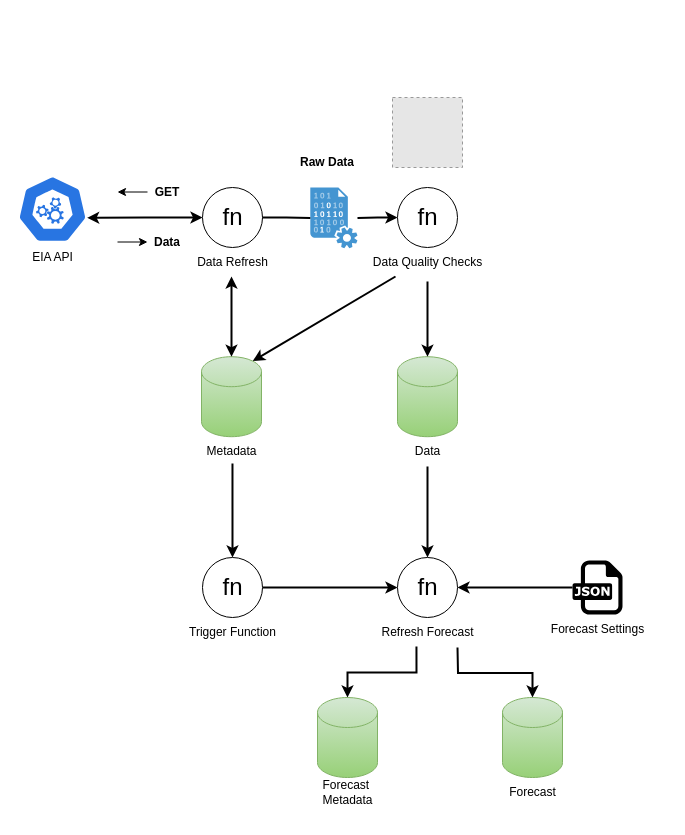
RamiKrispin/eia-airflow-dev keeps this draw.io diagram as diagrams/airflow pipeline.drawio. Above is the earlier version. Source tidied: cells renumbered, new cells numbered last; positions are measured from the earlier drawing's top-left corner, leaving out a move shared by most shapes. Both pictures are drawn from the tidied source at 100%, with x=0, y=0 at pixel (17, 97). Pictures stored in the file or linked from it are replaced by grey dashed boxes.
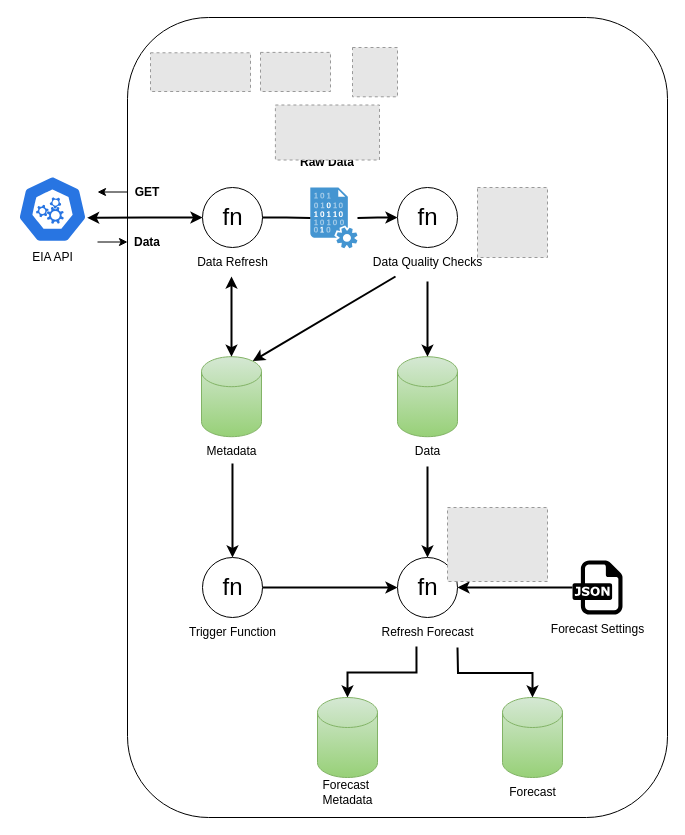
Above is the later version.

What changed in the source:
```diff
@@
-    <mxCell id="2" value="&lt;b&gt;GET&lt;/b&gt;" style="text;html=1;align=center;verticalAlign=middle;whiteSpace=wrap;rounded=0;" parent="1" vertex="1">
-      <mxGeometry x="120" y="80" width="60" height="30" as="geometry" />
-    </mxCell>
+    <mxCell id="51" style="rounded=1;whiteSpace=wrap;html=1;" parent="1" vertex="1">
+      <mxGeometry x="110" y="-80" width="540" height="800" as="geometry" />
+    </mxCell>
@@
-    <mxCell id="17" style="endArrow=classic;html=1;rounded=0;" parent="1" edge="1">
-      <mxGeometry relative="1" as="geometry">
-        <mxPoint x="130" y="94.5" as="sourcePoint" />
-        <mxPoint x="100" y="94.5" as="targetPoint" />
-      </mxGeometry>
-    </mxCell>
@@
-    <mxCell id="26" value="&lt;b&gt;Data&lt;/b&gt;" style="text;html=1;align=center;verticalAlign=middle;whiteSpace=wrap;rounded=0;" parent="1" vertex="1">
-      <mxGeometry x="120" y="130" width="60" height="30" as="geometry" />
-    </mxCell>
-    <mxCell id="27" style="endArrow=none;html=1;rounded=0;startArrow=classic;startFill=1;" parent="1" edge="1">
-      <mxGeometry relative="1" as="geometry">
-        <mxPoint x="130" y="144.5" as="sourcePoint" />
-        <mxPoint x="100" y="144.5" as="targetPoint" />
-      </mxGeometry>
-    </mxCell>
     <mxCell id="28" style="fillColor=#E6E6E6;strokeColor=#999999;dashed=1;verticalLabelPosition=bottom;labelBackgroundColor=default;verticalAlign=top;" parent="1" vertex="1">
-      <mxGeometry x="375" width="70" height="70" as="geometry" />
+      <mxGeometry x="460" y="90" width="70" height="70" as="geometry" />
     </mxCell>
@@
+    <mxCell id="52" style="fillColor=#E6E6E6;strokeColor=#999999;dashed=1;verticalLabelPosition=bottom;labelBackgroundColor=default;verticalAlign=top;" parent="1" vertex="1">
+      <mxGeometry x="133" y="-44.7" width="100" height="38.7" as="geometry" />
+    </mxCell>
+    <mxCell id="53" style="fillColor=#E6E6E6;strokeColor=#999999;dashed=1;verticalLabelPosition=bottom;labelBackgroundColor=default;verticalAlign=top;" parent="1" vertex="1">
+      <mxGeometry x="335" y="-50" width="45" height="49.3" as="geometry" />
+    </mxCell>
+    <mxCell id="54" style="fillColor=#E6E6E6;strokeColor=#999999;dashed=1;verticalLabelPosition=bottom;labelBackgroundColor=default;verticalAlign=top;" parent="1" vertex="1">
+      <mxGeometry x="243" y="-45.1" width="70" height="39.1" as="geometry" />
+    </mxCell>
+    <mxCell id="55" style="fillColor=#E6E6E6;strokeColor=#999999;dashed=1;verticalLabelPosition=bottom;labelBackgroundColor=default;verticalAlign=top;" parent="1" vertex="1">
+      <mxGeometry x="257.9" y="7.5" width="104.1" height="55" as="geometry" />
+    </mxCell>
+    <mxCell id="56" style="fillColor=#E6E6E6;strokeColor=#999999;dashed=1;verticalLabelPosition=bottom;labelBackgroundColor=default;verticalAlign=top;" parent="1" vertex="1">
+      <mxGeometry x="430" y="410" width="100" height="74" as="geometry" />
+    </mxCell>
+    <mxCell id="57" style="group;" parent="1" vertex="1">
+      <mxGeometry x="80" y="80" width="80" height="30" as="geometry" />
+    </mxCell>
+    <mxCell id="2" value="&lt;b&gt;GET&lt;/b&gt;" style="text;html=1;align=center;verticalAlign=middle;whiteSpace=wrap;rounded=0;" parent="57" vertex="1">
+      <mxGeometry x="20" width="60" height="30" as="geometry" />
+    </mxCell>
+    <mxCell id="17" style="endArrow=classic;html=1;rounded=0;" parent="57" edge="1">
+      <mxGeometry relative="1" as="geometry">
+        <mxPoint x="30" y="14.5" as="sourcePoint" />
+        <mxPoint y="14.5" as="targetPoint" />
+      </mxGeometry>
+    </mxCell>
+    <mxCell id="58" style="group;" parent="1" vertex="1">
+      <mxGeometry x="80" y="130" width="80" height="30" as="geometry" />
+    </mxCell>
+    <mxCell id="26" value="&lt;b&gt;Data&lt;/b&gt;" style="text;html=1;align=center;verticalAlign=middle;whiteSpace=wrap;rounded=0;" parent="58" vertex="1">
+      <mxGeometry x="20" width="60" height="30" as="geometry" />
+    </mxCell>
+    <mxCell id="27" style="endArrow=none;html=1;rounded=0;startArrow=classic;startFill=1;" parent="58" edge="1">
+      <mxGeometry relative="1" as="geometry">
+        <mxPoint x="30" y="14.5" as="sourcePoint" />
+        <mxPoint y="14.5" as="targetPoint" />
+      </mxGeometry>
+    </mxCell>
```
